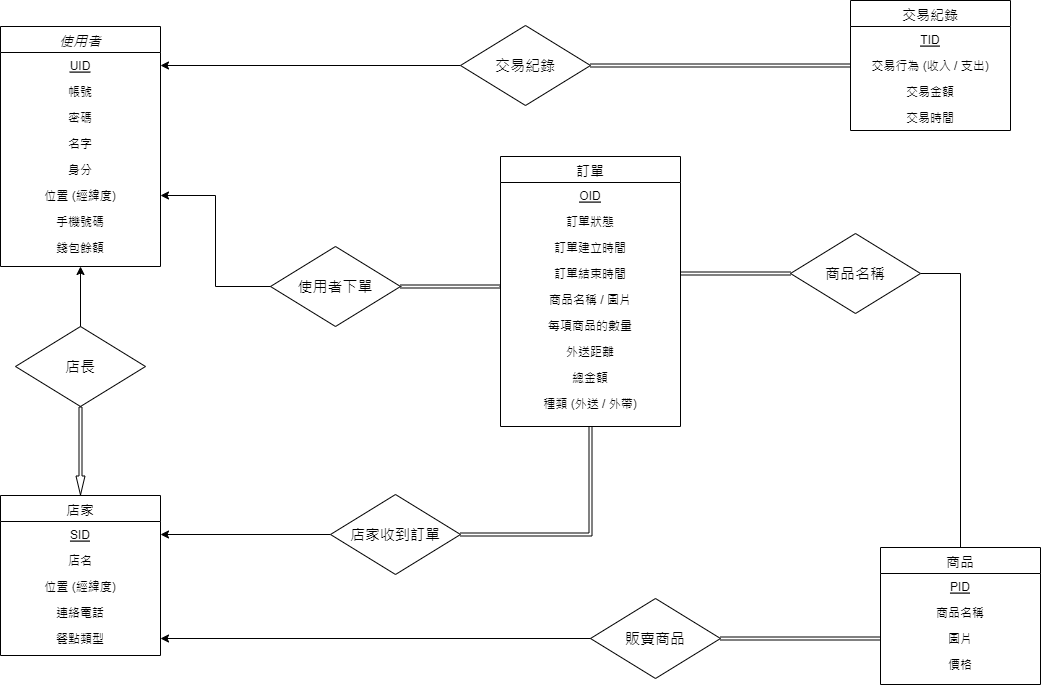
Before: ER model.png, a diagram exported from draw.io (lon5948/Uber-E). Source tidied: cells renumbered, new cells last; positions are measured from the earlier drawing's top-left corner, leaving out a move shared by most shapes.
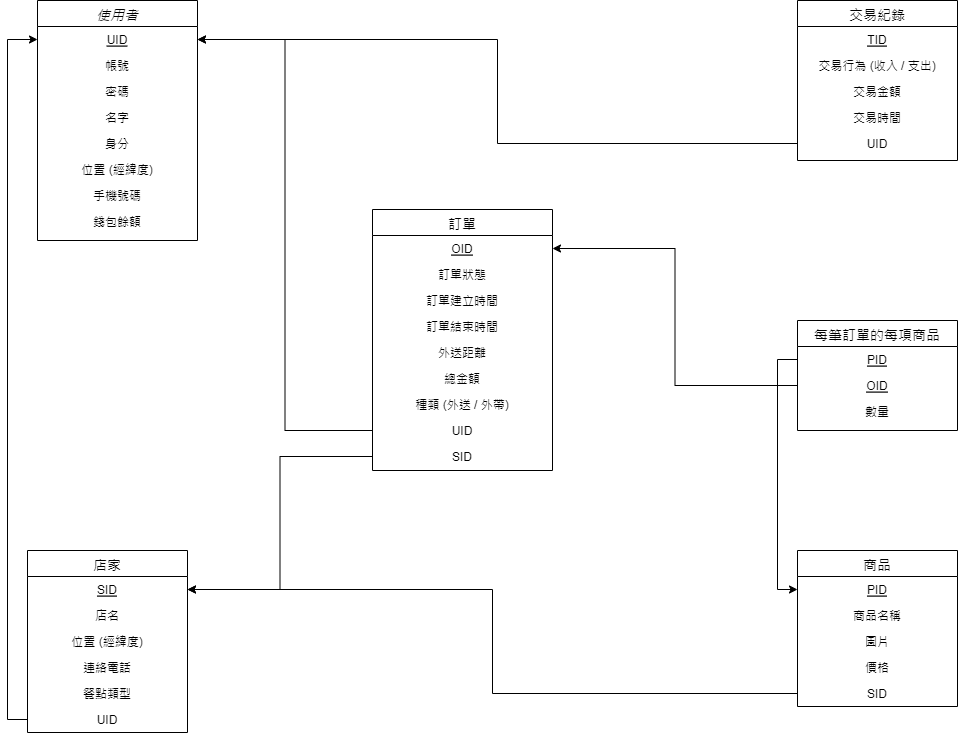
Later version of the same file.

What changed in the source:
```diff
@@ -3,7 +3,7 @@
     <mxCell id="0" />
     <mxCell id="1" parent="0" />
     <mxCell id="2" value="使用者" style="swimlane;fontStyle=2;align=center;verticalAlign=top;horizontal=1;startSize=26;rounded=0;shadow=0;strokeWidth=1;fontSize=14;" parent="1" vertex="1">
-      <mxGeometry y="26" width="160" height="240" as="geometry" />
+      <mxGeometry x="70" y="16" width="160" height="240" as="geometry" />
     </mxCell>
     <mxCell id="3" value="UID" style="text;align=center;verticalAlign=top;spacingLeft=4;spacingRight=4;overflow=hidden;points=[[0,0.5],[1,0.5]];portConstraint=eastwest;fontStyle=4;" parent="2" vertex="1">
       <mxGeometry y="26" width="160" height="26" as="geometry" />
@@ -30,7 +30,7 @@
       <mxGeometry y="208" width="160" height="26" as="geometry" />
     </mxCell>
     <mxCell id="11" value="店家" style="swimlane;fontStyle=0;align=center;verticalAlign=top;horizontal=1;startSize=26;rounded=0;shadow=0;strokeWidth=1;fontSize=14;" parent="1" vertex="1">
-      <mxGeometry y="495" width="160" height="160" as="geometry" />
+      <mxGeometry x="60" y="566" width="160" height="182" as="geometry" />
     </mxCell>
     <mxCell id="12" value="SID" style="text;align=center;verticalAlign=top;spacingLeft=4;spacingRight=4;overflow=hidden;points=[[0,0.5],[1,0.5]];portConstraint=eastwest;fontStyle=4;" parent="11" vertex="1">
       <mxGeometry y="26" width="160" height="26" as="geometry" />
@@ -47,8 +47,11 @@
     <mxCell id="16" value="餐點類型" style="text;align=center;verticalAlign=top;spacingLeft=4;spacingRight=4;overflow=hidden;points=[[0,0.5],[1,0.5]];portConstraint=eastwest;" parent="11" vertex="1">
       <mxGeometry y="130" width="160" height="26" as="geometry" />
     </mxCell>
+    <mxCell id="55" value="UID" style="text;align=center;verticalAlign=top;spacingLeft=4;spacingRight=4;overflow=hidden;points=[[0,0.5],[1,0.5]];portConstraint=eastwest;fontStyle=0;" parent="11" vertex="1">
+      <mxGeometry y="156" width="160" height="26" as="geometry" />
+    </mxCell>
     <mxCell id="17" value="商品" style="swimlane;fontStyle=0;align=center;verticalAlign=top;horizontal=1;startSize=26;rounded=0;shadow=0;strokeWidth=1;fontSize=14;" parent="1" vertex="1">
-      <mxGeometry x="880" y="547" width="160" height="137" as="geometry" />
+      <mxGeometry x="830" y="566" width="160" height="156" as="geometry" />
     </mxCell>
     <mxCell id="18" value="PID" style="text;align=center;verticalAlign=top;spacingLeft=4;spacingRight=4;overflow=hidden;points=[[0,0.5],[1,0.5]];portConstraint=eastwest;fontStyle=4;" parent="17" vertex="1">
       <mxGeometry y="26" width="160" height="26" as="geometry" />
@@ -62,11 +65,11 @@
     <mxCell id="21" value="價格" style="text;align=center;verticalAlign=top;spacingLeft=4;spacingRight=4;overflow=hidden;" parent="17" vertex="1">
       <mxGeometry y="104" width="160" height="26" as="geometry" />
     </mxCell>
-    <mxCell id="22" style="edgeStyle=orthogonalEdgeStyle;rounded=0;jettySize=auto;html=1;exitX=0.5;exitY=1;exitDx=0;exitDy=0;entryX=1;entryY=0.5;entryDx=0;entryDy=0;fontSize=15;startArrow=none;startFill=0;endArrow=none;endFill=0;shape=link;width=3;" parent="1" edge="1" source="23" target="49">
-      <mxGeometry relative="1" as="geometry" />
-    </mxCell>
+    <mxCell id="56" value="SID" style="text;align=center;verticalAlign=top;spacingLeft=4;spacingRight=4;overflow=hidden;points=[[0,0.5],[1,0.5]];portConstraint=eastwest;fontStyle=0;" parent="17" vertex="1">
+      <mxGeometry y="130" width="160" height="26" as="geometry" />
+    </mxCell>
     <mxCell id="23" value="訂單" style="swimlane;fontStyle=0;align=center;verticalAlign=top;horizontal=1;startSize=26;rounded=0;shadow=0;strokeWidth=1;fontSize=14;" parent="1" vertex="1">
-      <mxGeometry x="500" y="156" width="180" height="270" as="geometry" />
+      <mxGeometry x="405" y="225" width="180" height="261" as="geometry" />
     </mxCell>
     <mxCell id="24" value="OID" style="text;align=center;verticalAlign=top;spacingLeft=4;spacingRight=4;overflow=hidden;points=[[0,0.5],[1,0.5]];portConstraint=eastwest;fontStyle=4;" parent="23" vertex="1">
       <mxGeometry y="26" width="180" height="26" as="geometry" />
@@ -80,23 +83,23 @@
     <mxCell id="27" value="訂單結束時間" style="text;align=center;verticalAlign=top;spacingLeft=4;spacingRight=4;overflow=hidden;points=[[0,0.5],[1,0.5]];portConstraint=eastwest;rounded=0;shadow=0;html=0;" parent="23" vertex="1">
       <mxGeometry y="104" width="180" height="26" as="geometry" />
     </mxCell>
-    <mxCell id="28" value="商品名稱 / 圖片&#10;" style="text;align=center;verticalAlign=top;spacingLeft=4;spacingRight=4;overflow=hidden;points=[[0,0.5],[1,0.5]];portConstraint=eastwest;" parent="23" vertex="1">
-      <mxGeometry y="130" width="180" height="26" as="geometry" />
-    </mxCell>
-    <mxCell id="29" value="每項商品的數量" style="text;align=center;verticalAlign=top;spacingLeft=4;spacingRight=4;overflow=hidden;" parent="23" vertex="1">
-      <mxGeometry y="156" width="180" height="26" as="geometry" />
-    </mxCell>
     <mxCell id="30" value="外送距離" style="text;align=center;verticalAlign=top;spacingLeft=4;spacingRight=4;overflow=hidden;" parent="23" vertex="1">
-      <mxGeometry y="182" width="180" height="26" as="geometry" />
+      <mxGeometry y="130" width="180" height="26" as="geometry" />
     </mxCell>
     <mxCell id="31" value="總金額&#10;" style="text;align=center;verticalAlign=top;spacingLeft=4;spacingRight=4;overflow=hidden;" parent="23" vertex="1">
-      <mxGeometry y="208" width="180" height="26" as="geometry" />
+      <mxGeometry y="156" width="180" height="26" as="geometry" />
     </mxCell>
     <mxCell id="32" value="種類 (外送 / 外帶)" style="text;align=center;verticalAlign=top;spacingLeft=4;spacingRight=4;overflow=hidden;" parent="23" vertex="1">
-      <mxGeometry y="234" width="180" height="26" as="geometry" />
+      <mxGeometry y="182" width="180" height="26" as="geometry" />
     </mxCell>
+    <mxCell id="57" value="UID" style="text;align=center;verticalAlign=top;spacingLeft=4;spacingRight=4;overflow=hidden;points=[[0,0.5],[1,0.5]];portConstraint=eastwest;fontStyle=0;" parent="23" vertex="1">
+      <mxGeometry y="208" width="180" height="26" as="geometry" />
+    </mxCell>
+    <mxCell id="58" value="SID" style="text;align=center;verticalAlign=top;spacingLeft=4;spacingRight=4;overflow=hidden;points=[[0,0.5],[1,0.5]];portConstraint=eastwest;fontStyle=0;" parent="23" vertex="1">
+      <mxGeometry y="234" width="180" height="26" as="geometry" />
+    </mxCell>
     <mxCell id="33" value="交易紀錄" style="swimlane;fontStyle=0;align=center;verticalAlign=top;horizontal=1;startSize=26;rounded=0;shadow=0;strokeWidth=1;fontSize=14;" parent="1" vertex="1">
-      <mxGeometry x="850" width="160" height="130" as="geometry" />
+      <mxGeometry x="830" y="16" width="160" height="160" as="geometry" />
     </mxCell>
     <mxCell id="34" value="TID" style="text;align=center;verticalAlign=top;spacingLeft=4;spacingRight=4;overflow=hidden;fontStyle=4;" parent="33" vertex="1">
       <mxGeometry y="26" width="160" height="26" as="geometry" />
@@ -110,58 +113,41 @@
     <mxCell id="37" value="交易時間" style="text;align=center;verticalAlign=top;spacingLeft=4;spacingRight=4;overflow=hidden;" parent="33" vertex="1">
       <mxGeometry y="104" width="160" height="26" as="geometry" />
     </mxCell>
-    <mxCell id="38" value="&lt;font style=&quot;font-size: 15px&quot;&gt;店長&lt;/font&gt;" style="rhombus;whiteSpace=wrap;html=1;" parent="1" vertex="1">
-      <mxGeometry x="15" y="326" width="130" height="80" as="geometry" />
-    </mxCell>
-    <mxCell id="39" style="endArrow=classic;html=1;rounded=0;fontSize=14;entryX=0.5;entryY=1;entryDx=0;entryDy=0;startArrow=none;startFill=0;endFill=1;" parent="1" edge="1" target="2">
-      <mxGeometry relative="1" as="geometry">
-        <mxPoint x="80" y="326" as="sourcePoint" />
-      </mxGeometry>
-    </mxCell>
-    <mxCell id="40" style="endArrow=none;html=1;rounded=0;fontSize=14;entryX=0.5;entryY=1;entryDx=0;entryDy=0;exitX=0.5;exitY=0;exitDx=0;exitDy=0;shape=flexArrow;width=3;startWidth=5;endWidth=5;endFill=0;startArrow=block;" parent="1" edge="1" source="11" target="38">
-      <mxGeometry relative="1" as="geometry" />
-    </mxCell>
-    <mxCell id="41" style="edgeStyle=orthogonalEdgeStyle;shape=link;rounded=0;jettySize=auto;html=1;exitX=0;exitY=0.5;exitDx=0;exitDy=0;entryX=1;entryY=0.5;entryDx=0;entryDy=0;fontSize=15;startArrow=none;startFill=0;endArrow=classic;endFill=1;width=3;" parent="1" edge="1" source="43" target="27">
-      <mxGeometry relative="1" as="geometry" />
-    </mxCell>
-    <mxCell id="42" style="edgeStyle=orthogonalEdgeStyle;rounded=0;jettySize=auto;html=1;exitX=1;exitY=0.5;exitDx=0;exitDy=0;entryX=0.5;entryY=0;entryDx=0;entryDy=0;fontSize=15;startArrow=none;startFill=0;endArrow=none;endFill=0;" parent="1" edge="1" source="43" target="17">
-      <mxGeometry relative="1" as="geometry" />
-    </mxCell>
-    <mxCell id="43" value="&lt;span style=&quot;font-size: 15px;&quot;&gt;商品名稱&lt;/span&gt;" style="rhombus;whiteSpace=wrap;html=1;fontSize=15;" parent="1" vertex="1">
-      <mxGeometry x="790" y="233" width="130" height="80" as="geometry" />
-    </mxCell>
-    <mxCell id="44" value="&lt;span style=&quot;font-size: 15px&quot;&gt;使用者下單&lt;/span&gt;" style="rhombus;whiteSpace=wrap;html=1;" parent="1" vertex="1">
-      <mxGeometry x="270" y="246" width="130" height="80" as="geometry" />
-    </mxCell>
-    <mxCell id="45" style="endArrow=none;html=1;rounded=0;fontSize=14;exitX=1;exitY=0.5;exitDx=0;exitDy=0;startArrow=none;startFill=0;endFill=0;shape=flexArrow;width=3;startWidth=5;endWidth=5;entryX=0;entryY=0;entryDx=0;entryDy=0;entryPerimeter=0;" parent="1" edge="1" source="44" target="28">
-      <mxGeometry relative="1" as="geometry" />
-    </mxCell>
-    <mxCell id="46" style="edgeStyle=orthogonalEdgeStyle;rounded=0;jettySize=auto;html=1;exitX=1;exitY=0.5;exitDx=0;exitDy=0;entryX=0;entryY=0.5;entryDx=0;entryDy=0;fontSize=15;startArrow=none;startFill=0;endArrow=none;endFill=0;shape=link;width=3;" parent="1" edge="1" source="47" target="20">
-      <mxGeometry relative="1" as="geometry" />
-    </mxCell>
-    <mxCell id="47" value="&lt;font style=&quot;font-size: 15px&quot;&gt;販賣商品&lt;/font&gt;" style="rhombus;whiteSpace=wrap;html=1;" parent="1" vertex="1">
-      <mxGeometry x="590" y="598" width="130" height="80" as="geometry" />
-    </mxCell>
-    <mxCell id="48" style="edgeStyle=orthogonalEdgeStyle;rounded=0;jettySize=auto;html=1;exitX=0;exitY=0.5;exitDx=0;exitDy=0;entryX=1;entryY=0.5;entryDx=0;entryDy=0;fontSize=15;startArrow=none;startFill=0;endArrow=classic;endFill=1;" parent="1" edge="1" source="49" target="12">
-      <mxGeometry relative="1" as="geometry" />
-    </mxCell>
-    <mxCell id="49" value="&lt;font style=&quot;font-size: 15px&quot;&gt;店家收到訂單&lt;/font&gt;" style="rhombus;whiteSpace=wrap;html=1;" parent="1" vertex="1">
-      <mxGeometry x="330" y="494" width="130" height="80" as="geometry" />
-    </mxCell>
-    <mxCell id="50" style="edgeStyle=orthogonalEdgeStyle;rounded=0;jettySize=auto;html=1;exitX=0;exitY=0.5;exitDx=0;exitDy=0;entryX=1;entryY=0.5;entryDx=0;entryDy=0;fontSize=15;startArrow=none;startFill=0;endArrow=classic;endFill=1;startWidth=5;endWidth=5;" parent="1" edge="1" source="52" target="3">
-      <mxGeometry relative="1" as="geometry" />
-    </mxCell>
-    <mxCell id="51" style="edgeStyle=orthogonalEdgeStyle;rounded=0;jettySize=auto;html=1;exitX=1;exitY=0.5;exitDx=0;exitDy=0;entryX=0;entryY=0.5;entryDx=0;entryDy=0;fontSize=15;startArrow=none;startFill=0;endArrow=none;endFill=0;startWidth=5;endWidth=5;shape=link;width=3;" parent="1" edge="1" source="52" target="35">
-      <mxGeometry relative="1" as="geometry" />
-    </mxCell>
-    <mxCell id="52" value="&lt;font style=&quot;font-size: 15px&quot;&gt;交易紀錄&lt;/font&gt;" style="rhombus;whiteSpace=wrap;html=1;" parent="1" vertex="1">
-      <mxGeometry x="460" y="25" width="130" height="80" as="geometry" />
-    </mxCell>
-    <mxCell id="53" style="edgeStyle=orthogonalEdgeStyle;rounded=0;jettySize=auto;html=1;exitX=1;exitY=0.5;exitDx=0;exitDy=0;entryX=0;entryY=0.5;entryDx=0;entryDy=0;fontSize=15;startArrow=classic;startFill=1;endArrow=none;endFill=0;startWidth=5;endWidth=5;" parent="1" edge="1" source="8" target="44">
-      <mxGeometry relative="1" as="geometry" />
-    </mxCell>
-    <mxCell id="54" style="edgeStyle=orthogonalEdgeStyle;rounded=0;jettySize=auto;html=1;exitX=1;exitY=0.5;exitDx=0;exitDy=0;fontSize=15;startArrow=classic;startFill=1;endArrow=none;endFill=0;" parent="1" edge="1" source="16" target="47">
-      <mxGeometry relative="1" as="geometry" />
-    </mxCell>
+    <mxCell id="59" value="UID" style="text;align=center;verticalAlign=top;spacingLeft=4;spacingRight=4;overflow=hidden;points=[[0,0.5],[1,0.5]];portConstraint=eastwest;fontStyle=0;" parent="33" vertex="1">
+      <mxGeometry y="130" width="160" height="26" as="geometry" />
+    </mxCell>
+    <mxCell id="60" style="edgeStyle=orthogonalEdgeStyle;rounded=0;jettySize=auto;html=1;exitX=0;exitY=0.5;exitDx=0;exitDy=0;entryX=0;entryY=0.5;entryDx=0;entryDy=0;" parent="1" edge="1" source="55" target="3">
+      <mxGeometry relative="1" as="geometry" />
+    </mxCell>
+    <mxCell id="61" style="edgeStyle=orthogonalEdgeStyle;rounded=0;jettySize=auto;html=1;exitX=0;exitY=0.5;exitDx=0;exitDy=0;entryX=1;entryY=0.5;entryDx=0;entryDy=0;" parent="1" edge="1" source="59" target="3">
+      <mxGeometry relative="1" as="geometry" />
+    </mxCell>
+    <mxCell id="62" style="edgeStyle=orthogonalEdgeStyle;rounded=0;jettySize=auto;html=1;exitX=0;exitY=0.5;exitDx=0;exitDy=0;entryX=1;entryY=0.5;entryDx=0;entryDy=0;" parent="1" edge="1" source="57" target="3">
+      <mxGeometry relative="1" as="geometry" />
+    </mxCell>
+    <mxCell id="63" style="edgeStyle=orthogonalEdgeStyle;rounded=0;jettySize=auto;html=1;exitX=0;exitY=0.5;exitDx=0;exitDy=0;entryX=1;entryY=0.5;entryDx=0;entryDy=0;" parent="1" edge="1" source="58" target="12">
+      <mxGeometry relative="1" as="geometry" />
+    </mxCell>
+    <mxCell id="64" style="edgeStyle=orthogonalEdgeStyle;rounded=0;jettySize=auto;html=1;exitX=0;exitY=0.5;exitDx=0;exitDy=0;entryX=1;entryY=0.5;entryDx=0;entryDy=0;" parent="1" edge="1" source="56" target="12">
+      <mxGeometry relative="1" as="geometry" />
+    </mxCell>
+    <mxCell id="65" value="每筆訂單的每項商品" style="swimlane;fontStyle=0;align=center;verticalAlign=top;horizontal=1;startSize=26;rounded=0;shadow=0;strokeWidth=1;fontSize=14;" parent="1" vertex="1">
+      <mxGeometry x="830" y="336" width="160" height="110" as="geometry" />
+    </mxCell>
+    <mxCell id="66" value="PID" style="text;align=center;verticalAlign=top;spacingLeft=4;spacingRight=4;overflow=hidden;points=[[0,0.5],[1,0.5]];portConstraint=eastwest;fontStyle=4;" parent="65" vertex="1">
+      <mxGeometry y="26" width="160" height="26" as="geometry" />
+    </mxCell>
+    <mxCell id="67" value="OID" style="text;align=center;verticalAlign=top;spacingLeft=4;spacingRight=4;overflow=hidden;points=[[0,0.5],[1,0.5]];portConstraint=eastwest;fontStyle=4;" parent="65" vertex="1">
+      <mxGeometry y="52" width="160" height="26" as="geometry" />
+    </mxCell>
+    <mxCell id="68" value="數量" style="text;align=center;verticalAlign=top;spacingLeft=4;spacingRight=4;overflow=hidden;fontStyle=0;" parent="65" vertex="1">
+      <mxGeometry y="78" width="160" height="26" as="geometry" />
+    </mxCell>
+    <mxCell id="69" style="edgeStyle=orthogonalEdgeStyle;rounded=0;jettySize=auto;html=1;exitX=0;exitY=0.5;exitDx=0;exitDy=0;entryX=0;entryY=0.5;entryDx=0;entryDy=0;" parent="1" edge="1" source="66" target="18">
+      <mxGeometry relative="1" as="geometry" />
+    </mxCell>
+    <mxCell id="70" style="edgeStyle=orthogonalEdgeStyle;rounded=0;jettySize=auto;html=1;exitX=0;exitY=0.5;exitDx=0;exitDy=0;entryX=1;entryY=0.5;entryDx=0;entryDy=0;" parent="1" edge="1" source="67" target="24">
+      <mxGeometry relative="1" as="geometry" />
+    </mxCell>
   </root>
 </mxGraphModel>
```
